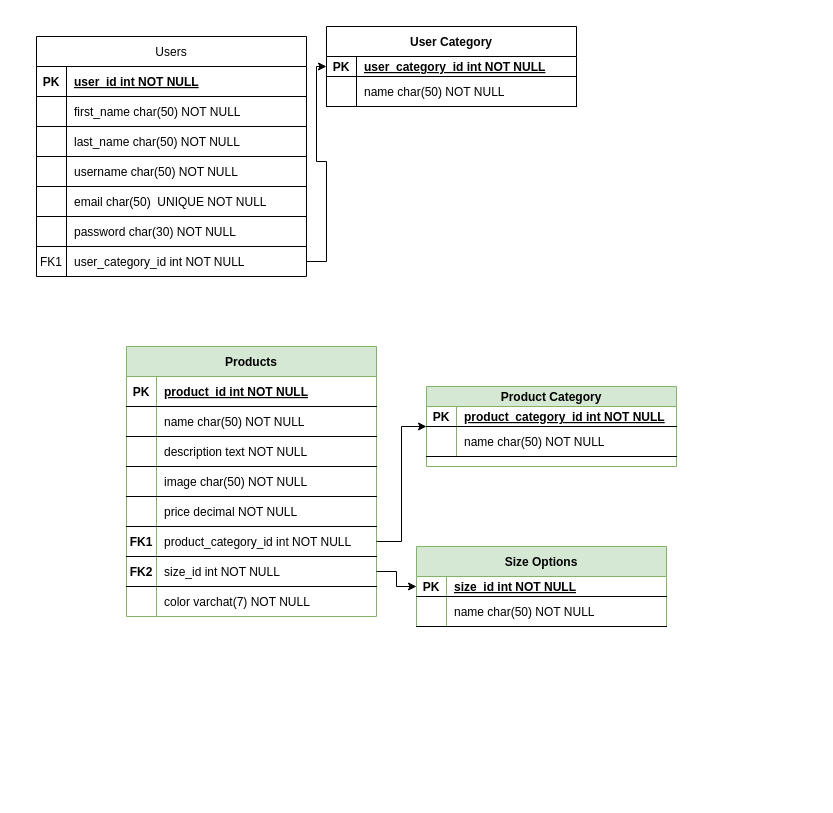
Above: databaseDocumentation/GreenThumb.drawio in MaferGlezG/grupo_8_GreenThumb (draw.io), before the change. Source tidied: cells renumbered, new cells numbered last; positions are measured from the earlier drawing's top-left corner, leaving out a move shared by most shapes. Both pictures are drawn from the tidied source at 100%, with x=0, y=0 at pixel (36, 26).
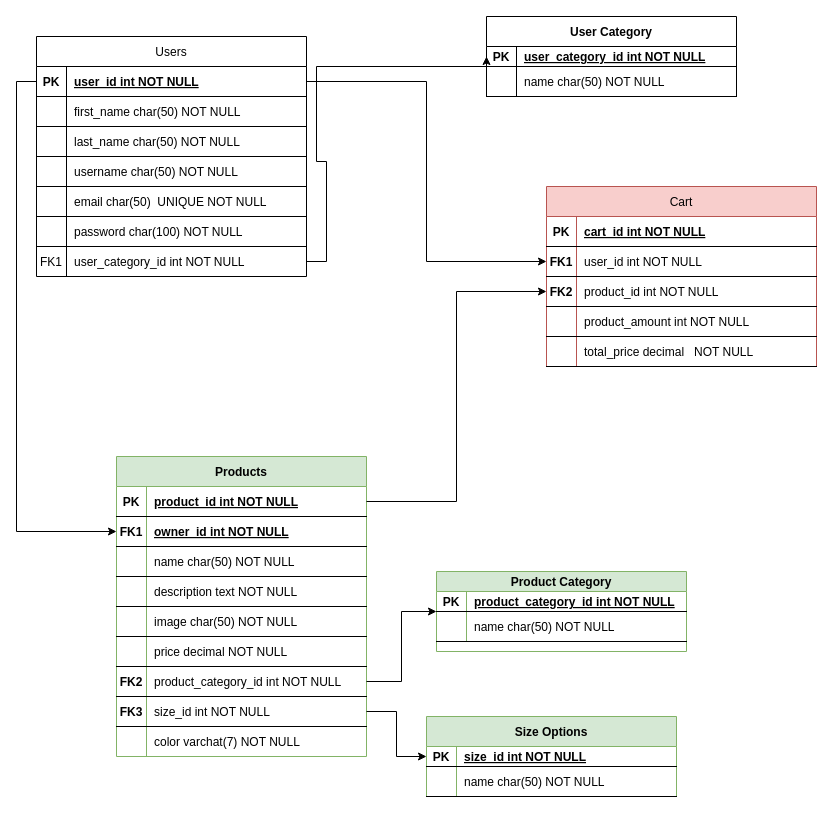
After the change.

The change refers to these unchanged cells:
```xml
<mxCell id="3" style="shape=partialRectangle;fillColor=none;points=[[0,0.5],[1,0.5]];portConstraint=eastwest;top=0;left=0;right=0;bottom=1;" parent="2" vertex="1">
  <mxGeometry y="30" width="270" height="30" as="geometry" />
</mxCell>
<mxCell id="18" style="shape=partialRectangle;fillColor=none;top=0;left=0;right=0;bottom=1;" parent="2" vertex="1">
  <mxGeometry y="180" width="270" height="30" as="geometry" />
</mxCell>
<mxCell id="33" style="shape=partialRectangle;fillColor=none;points=[[0,0.5],[1,0.5]];portConstraint=eastwest;top=0;left=0;right=0;bottom=1;" parent="32" vertex="1">
  <mxGeometry y="30" width="250" height="30" as="geometry" />
</mxCell>
```

Diff of the diagram source:
```diff
@@
-    <mxCell id="20" value="password char(30) NOT NULL" style="shape=partialRectangle;overflow=hidden;fillColor=none;top=0;left=0;bottom=0;right=0;align=left;spacingLeft=6;fontStyle=0;" parent="18" vertex="1">
+    <mxCell id="20" value="password char(100) NOT NULL" style="shape=partialRectangle;overflow=hidden;fillColor=none;top=0;left=0;bottom=0;right=0;align=left;spacingLeft=6;fontStyle=0;" parent="18" vertex="1">
       <mxGeometry x="30" width="240" height="30" as="geometry" />
     </mxCell>
@@
     <mxCell id="24" value="User Category" style="shape=table;startSize=30;childLayout=tableLayout;rowLines=0;fontStyle=1;align=center;" parent="1" vertex="1">
-      <mxGeometry x="290" width="250" height="80" as="geometry" />
+      <mxGeometry x="450" y="-10" width="250" height="80" as="geometry" />
     </mxCell>
@@
     <mxCell id="32" value="Products" style="shape=table;startSize=30;childLayout=tableLayout;rowLines=0;fontStyle=1;align=center;fillColor=#d5e8d4;strokeColor=#82b366;" parent="1" vertex="1">
-      <mxGeometry x="90" y="320" width="250" height="270" as="geometry" />
+      <mxGeometry x="80" y="430" width="250" height="300" as="geometry" />
     </mxCell>
@@
+    <mxCell id="73" style="shape=partialRectangle;fillColor=none;top=0;left=0;right=0;bottom=1;" parent="32" vertex="1">
+      <mxGeometry y="60" width="250" height="30" as="geometry" />
+    </mxCell>
+    <mxCell id="74" value="FK1" style="shape=partialRectangle;overflow=hidden;fillColor=none;top=0;left=0;bottom=0;right=0;fontStyle=1;" parent="73" vertex="1">
+      <mxGeometry width="30" height="30" as="geometry" />
+    </mxCell>
+    <mxCell id="75" value="owner_id int NOT NULL" style="shape=partialRectangle;overflow=hidden;fillColor=none;top=0;left=0;bottom=0;right=0;align=left;spacingLeft=6;fontStyle=5;" parent="73" vertex="1">
+      <mxGeometry x="30" width="220" height="30" as="geometry" />
+    </mxCell>
     <mxCell id="36" style="shape=partialRectangle;fillColor=none;top=0;left=0;right=0;bottom=1;" parent="32" vertex="1">
-      <mxGeometry y="60" width="250" height="30" as="geometry" />
+      <mxGeometry y="90" width="250" height="30" as="geometry" />
     </mxCell>
@@
     <mxCell id="39" style="shape=partialRectangle;fillColor=none;top=0;left=0;right=0;bottom=1;" parent="32" vertex="1">
-      <mxGeometry y="90" width="250" height="30" as="geometry" />
+      <mxGeometry y="120" width="250" height="30" as="geometry" />
     </mxCell>
@@
     <mxCell id="42" style="shape=partialRectangle;fillColor=none;top=0;left=0;right=0;bottom=1;" parent="32" vertex="1">
-      <mxGeometry y="120" width="250" height="30" as="geometry" />
+      <mxGeometry y="150" width="250" height="30" as="geometry" />
     </mxCell>
@@
     <mxCell id="45" style="shape=partialRectangle;fillColor=none;top=0;left=0;right=0;bottom=1;" parent="32" vertex="1">
-      <mxGeometry y="150" width="250" height="30" as="geometry" />
+      <mxGeometry y="180" width="250" height="30" as="geometry" />
     </mxCell>
@@
     <mxCell id="48" style="shape=partialRectangle;fillColor=none;points=[[0,0.5],[1,0.5]];portConstraint=eastwest;top=0;left=0;right=0;bottom=1;" parent="32" vertex="1">
-      <mxGeometry y="180" width="250" height="30" as="geometry" />
+      <mxGeometry y="210" width="250" height="30" as="geometry" />
     </mxCell>
-    <mxCell id="49" value="FK1" style="shape=partialRectangle;overflow=hidden;fillColor=none;top=0;left=0;bottom=0;right=0;fontStyle=1;" parent="48" vertex="1">
+    <mxCell id="49" value="FK2" style="shape=partialRectangle;overflow=hidden;fillColor=none;top=0;left=0;bottom=0;right=0;fontStyle=1;" parent="48" vertex="1">
       <mxGeometry width="30" height="30" as="geometry" />
     </mxCell>
@@
     <mxCell id="51" style="shape=partialRectangle;fillColor=none;points=[[0,0.5],[1,0.5]];portConstraint=eastwest;top=0;left=0;right=0;bottom=1;" parent="32" vertex="1">
-      <mxGeometry y="210" width="250" height="30" as="geometry" />
+      <mxGeometry y="240" width="250" height="30" as="geometry" />
     </mxCell>
-    <mxCell id="52" value="FK2" style="shape=partialRectangle;overflow=hidden;fillColor=none;top=0;left=0;bottom=0;right=0;fontStyle=1;" parent="51" vertex="1">
+    <mxCell id="52" value="FK3" style="shape=partialRectangle;overflow=hidden;fillColor=none;top=0;left=0;bottom=0;right=0;fontStyle=1;" parent="51" vertex="1">
       <mxGeometry width="30" height="30" as="geometry" />
     </mxCell>
@@
     <mxCell id="54" style="shape=partialRectangle;fillColor=none;top=0;left=0;right=0;bottom=0;" parent="32" vertex="1">
-      <mxGeometry y="240" width="250" height="30" as="geometry" />
+      <mxGeometry y="270" width="250" height="30" as="geometry" />
     </mxCell>
@@
     <mxCell id="57" value="Product Category" style="shape=table;startSize=20;childLayout=tableLayout;rowLines=0;fontStyle=1;align=center;fillColor=#d5e8d4;strokeColor=#82b366;" parent="1" vertex="1">
-      <mxGeometry x="390" y="360" width="250" height="80" as="geometry" />
+      <mxGeometry x="400" y="545" width="250" height="80" as="geometry" />
     </mxCell>
@@
     <mxCell id="65" value="Size Options" style="shape=table;startSize=30;childLayout=tableLayout;rowLines=0;fontStyle=1;align=center;fillColor=#d5e8d4;strokeColor=#82b366;" parent="1" vertex="1">
-      <mxGeometry x="380" y="520" width="250" height="80" as="geometry" />
+      <mxGeometry x="390" y="690" width="250" height="80" as="geometry" />
     </mxCell>
@@
+    <mxCell id="76" value="Cart" style="shape=table;startSize=30;childLayout=tableLayout;rowLines=0;fontStyle=0;align=center;fillColor=#f8cecc;strokeColor=#b85450;" parent="1" vertex="1">
+      <mxGeometry x="510" y="160" width="270" height="180" as="geometry" />
+    </mxCell>
+    <mxCell id="77" style="shape=partialRectangle;fillColor=none;top=0;left=0;right=0;bottom=1;" parent="76" vertex="1">
+      <mxGeometry y="30" width="270" height="30" as="geometry" />
+    </mxCell>
+    <mxCell id="78" value="PK" style="shape=partialRectangle;overflow=hidden;fillColor=none;top=0;left=0;bottom=0;right=0;fontStyle=1;" parent="77" vertex="1">
+      <mxGeometry width="30" height="30" as="geometry" />
+    </mxCell>
+    <mxCell id="79" value="cart_id int NOT NULL " style="shape=partialRectangle;overflow=hidden;fillColor=none;top=0;left=0;bottom=0;right=0;align=left;spacingLeft=6;fontStyle=5;" parent="77" vertex="1">
+      <mxGeometry x="30" width="240" height="30" as="geometry" />
+    </mxCell>
+    <mxCell id="80" style="shape=partialRectangle;fillColor=none;points=[[0,0.5],[1,0.5]];portConstraint=eastwest;top=0;left=0;right=0;bottom=1;" parent="76" vertex="1">
+      <mxGeometry y="60" width="270" height="30" as="geometry" />
+    </mxCell>
+    <mxCell id="81" value="FK1" style="shape=partialRectangle;overflow=hidden;fillColor=none;top=0;left=0;bottom=0;right=0;fontStyle=1;" parent="80" vertex="1">
+      <mxGeometry width="30" height="30" as="geometry" />
+    </mxCell>
+    <mxCell id="82" value="user_id int NOT NULL" style="shape=partialRectangle;overflow=hidden;fillColor=none;top=0;left=0;bottom=0;right=0;align=left;spacingLeft=6;fontStyle=0;" parent="80" vertex="1">
+      <mxGeometry x="30" width="240" height="30" as="geometry" />
+    </mxCell>
+    <mxCell id="83" style="shape=partialRectangle;fillColor=none;points=[[0,0.5],[1,0.5]];portConstraint=eastwest;top=0;left=0;right=0;bottom=1;" parent="76" vertex="1">
+      <mxGeometry y="90" width="270" height="30" as="geometry" />
+    </mxCell>
+    <mxCell id="84" value="FK2" style="shape=partialRectangle;overflow=hidden;fillColor=none;top=0;left=0;bottom=0;right=0;fontStyle=1;" parent="83" vertex="1">
+      <mxGeometry width="30" height="30" as="geometry" />
+    </mxCell>
+    <mxCell id="85" value="product_id int NOT NULL" style="shape=partialRectangle;overflow=hidden;fillColor=none;top=0;left=0;bottom=0;right=0;align=left;spacingLeft=6;fontStyle=0;strokeColor=none;" parent="83" vertex="1">
+      <mxGeometry x="30" width="240" height="30" as="geometry" />
+    </mxCell>
+    <mxCell id="86" style="shape=partialRectangle;fillColor=none;top=0;left=0;right=0;bottom=1;" parent="76" vertex="1">
+      <mxGeometry y="120" width="270" height="30" as="geometry" />
+    </mxCell>
+    <mxCell id="87" style="shape=partialRectangle;overflow=hidden;fillColor=none;top=0;left=0;bottom=0;right=0;fontStyle=1;" parent="86" vertex="1">
+      <mxGeometry width="30" height="30" as="geometry" />
+    </mxCell>
+    <mxCell id="88" value="product_amount int NOT NULL" style="shape=partialRectangle;overflow=hidden;fillColor=none;top=0;left=0;bottom=0;right=0;align=left;spacingLeft=6;fontStyle=0;strokeColor=none;" parent="86" vertex="1">
+      <mxGeometry x="30" width="240" height="30" as="geometry" />
+    </mxCell>
+    <mxCell id="89" style="shape=partialRectangle;fillColor=none;top=0;left=0;right=0;bottom=1;" parent="76" vertex="1">
+      <mxGeometry y="150" width="270" height="30" as="geometry" />
+    </mxCell>
+    <mxCell id="90" style="shape=partialRectangle;overflow=hidden;fillColor=none;top=0;left=0;bottom=0;right=0;fontStyle=1;" parent="89" vertex="1">
+      <mxGeometry width="30" height="30" as="geometry" />
+    </mxCell>
+    <mxCell id="91" value="total_price decimal   NOT NULL" style="shape=partialRectangle;overflow=hidden;fillColor=none;top=0;left=0;bottom=0;right=0;align=left;spacingLeft=6;fontStyle=0;" parent="89" vertex="1">
+      <mxGeometry x="30" width="240" height="30" as="geometry" />
+    </mxCell>
+    <mxCell id="92" style="edgeStyle=orthogonalEdgeStyle;rounded=0;jettySize=auto;html=1;" parent="1" edge="1" source="3" target="80">
+      <mxGeometry relative="1" as="geometry" />
+    </mxCell>
+    <mxCell id="93" style="edgeStyle=orthogonalEdgeStyle;rounded=0;jettySize=auto;html=1;exitX=1;exitY=0.5;exitDx=0;exitDy=0;" parent="1" edge="1" source="33" target="83">
+      <mxGeometry relative="1" as="geometry" />
+    </mxCell>
+    <mxCell id="94" style="edgeStyle=orthogonalEdgeStyle;rounded=0;jettySize=auto;html=1;exitX=0;exitY=0.5;exitDx=0;exitDy=0;entryX=0;entryY=0.25;entryDx=0;entryDy=0;" parent="1" edge="1" source="3" target="32">
+      <mxGeometry relative="1" as="geometry" />
+    </mxCell>
```
